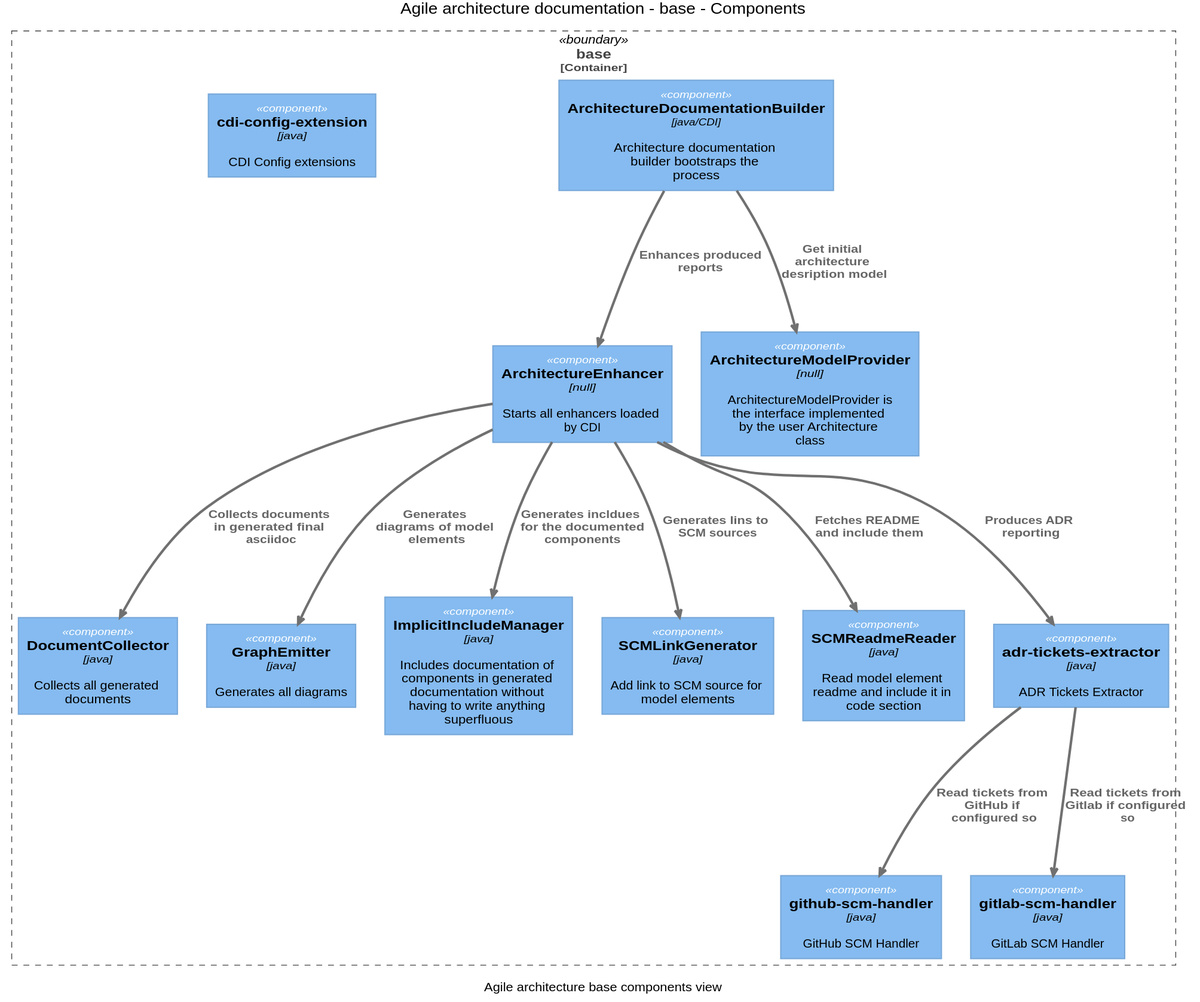
mmacphail/agile-architecture-documentation-system keeps this PlantUML diagram as images/agile.architecture.base.components.svg. Above is the earlier version.
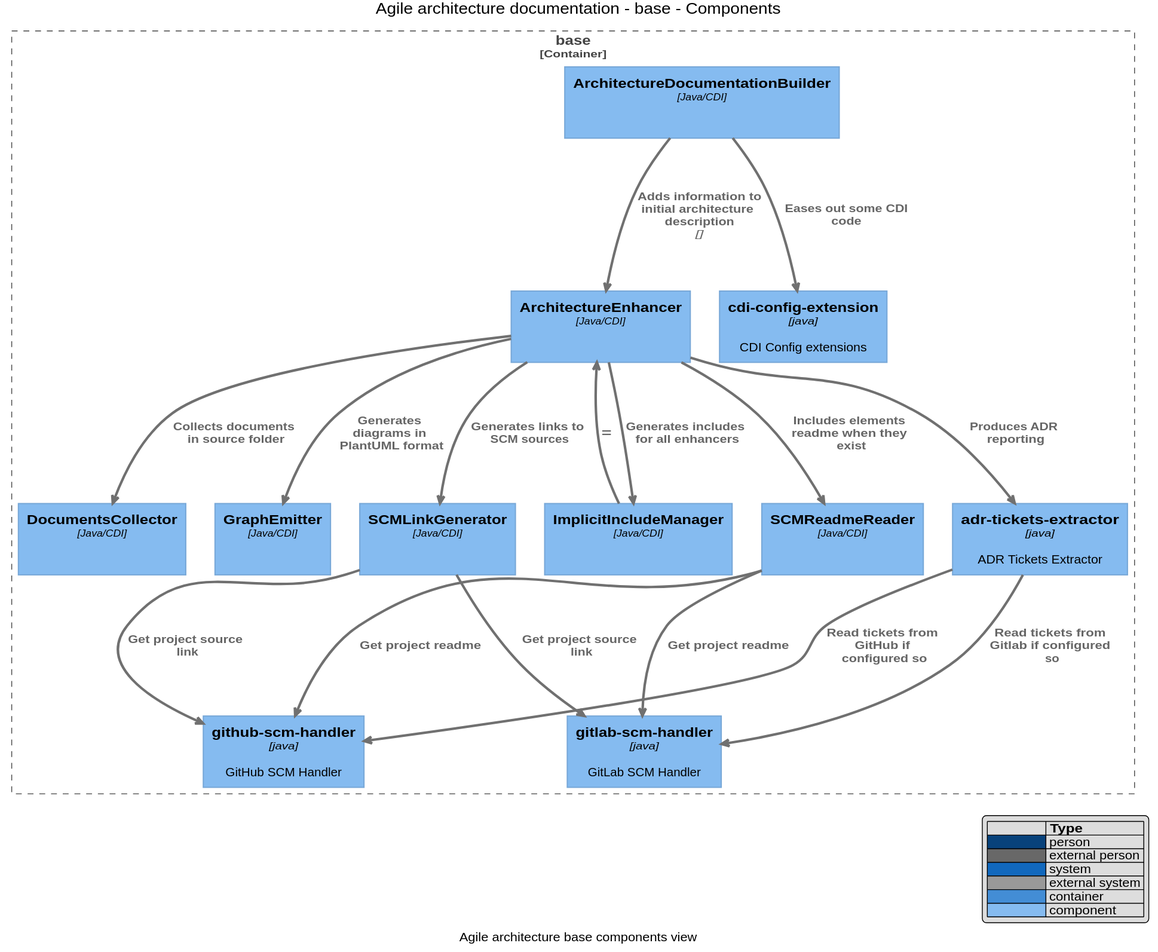
After the change.

Diff of the diagram source:
```diff
@@ -443,6 +443,461 @@
 
 
 
+
+
+
+
+
+skinparam defaultTextAlignment center
+
+skinparam wrapWidth 200
+skinparam maxMessageSize 150
+
+skinparam rectangle {
+    StereotypeFontSize 12
+    shadowing false
+}
+
+skinparam database {
+    StereotypeFontSize 12
+    shadowing false
+}
+
+skinparam Arrow {
+    Color #666666
+    FontColor #666666
+    FontSize 12
+}
+
+skinparam rectangle<<boundary>> {
+    Shadowing false
+    StereotypeFontSize 0
+    FontColor #444444
+    BorderColor #444444
+    BorderStyle dashed
+}
+
+
+
+
+
+
+
+
+
+
+
+
+
+
+
+
+
+
+
+
+
+
+skinparam defaultTextAlignment center
+
+skinparam wrapWidth 200
+skinparam maxMessageSize 150
+
+skinparam rectangle {
+    StereotypeFontSize 12
+    shadowing false
+}
+
+skinparam database {
+    StereotypeFontSize 12
+    shadowing false
+}
+
+skinparam Arrow {
+    Color #666666
+    FontColor #666666
+    FontSize 12
+}
+
+skinparam rectangle<<boundary>> {
+    Shadowing false
+    StereotypeFontSize 0
+    FontColor #444444
+    BorderColor #444444
+    BorderStyle dashed
+}
+
+
+
+
+
+
+
+
+
+
+
+
+
+
+
+
+
+
+
+
+
+
+skinparam rectangle<<person>> {
+    StereotypeFontColor #FFFFFF
+    FontColor #FFFFFF
+    BackgroundColor #08427B
+    BorderColor #073B6F
+}
+
+skinparam rectangle<<external_person>> {
+    StereotypeFontColor #FFFFFF
+    FontColor #FFFFFF
+    BackgroundColor #686868
+    BorderColor #8A8A8A
+}
+
+skinparam rectangle<<system>> {
+    StereotypeFontColor #FFFFFF
+    FontColor #FFFFFF
+    BackgroundColor #1168BD
+    BorderColor #3C7FC0
+}
+
+skinparam rectangle<<external_system>> {
+    StereotypeFontColor #FFFFFF
+    FontColor #FFFFFF
+    BackgroundColor #999999
+    BorderColor #8A8A8A
+}
+
+skinparam database<<system>> {
+    StereotypeFontColor #FFFFFF
+    FontColor #FFFFFF
+    BackgroundColor #1168BD
+    BorderColor #3C7FC0
+}
+
+skinparam database<<external_system>> {
+    StereotypeFontColor #FFFFFF
+    FontColor #FFFFFF
+    BackgroundColor #999999
+    BorderColor #8A8A8A
+}
+
+
+
+
+
+
+
+
+
+
+
+
+
+
+
+
+skinparam defaultTextAlignment center
+
+skinparam wrapWidth 200
+skinparam maxMessageSize 150
+
+skinparam rectangle {
+    StereotypeFontSize 12
+    shadowing false
+}
+
+skinparam database {
+    StereotypeFontSize 12
+    shadowing false
+}
+
+skinparam Arrow {
+    Color #666666
+    FontColor #666666
+    FontSize 12
+}
+
+skinparam rectangle<<boundary>> {
+    Shadowing false
+    StereotypeFontSize 0
+    FontColor #444444
+    BorderColor #444444
+    BorderStyle dashed
+}
+
+
+
+
+
+
+
+
+
+
+
+
+
+
+
+
+
+
+
+
+
+
+skinparam rectangle<<person>> {
+    StereotypeFontColor #FFFFFF
+    FontColor #FFFFFF
+    BackgroundColor #08427B
+    BorderColor #073B6F
+}
+
+skinparam rectangle<<external_person>> {
+    StereotypeFontColor #FFFFFF
+    FontColor #FFFFFF
+    BackgroundColor #686868
+    BorderColor #8A8A8A
+}
+
+skinparam rectangle<<system>> {
+    StereotypeFontColor #FFFFFF
+    FontColor #FFFFFF
+    BackgroundColor #1168BD
+    BorderColor #3C7FC0
+}
+
+skinparam rectangle<<external_system>> {
+    StereotypeFontColor #FFFFFF
+    FontColor #FFFFFF
+    BackgroundColor #999999
+    BorderColor #8A8A8A
+}
+
+skinparam database<<system>> {
+    StereotypeFontColor #FFFFFF
+    FontColor #FFFFFF
+    BackgroundColor #1168BD
+    BorderColor #3C7FC0
+}
+
+skinparam database<<external_system>> {
+    StereotypeFontColor #FFFFFF
+    FontColor #FFFFFF
+    BackgroundColor #999999
+    BorderColor #8A8A8A
+}
+
+
+
+
+
+
+
+
+
+
+
+
+
+
+
+
+skinparam rectangle<<container>> {
+    StereotypeFontColor #FFFFFF
+    FontColor #FFFFFF
+    BackgroundColor #438DD5
+    BorderColor #3C7FC0
+}
+
+skinparam database<<container>> {
+    StereotypeFontColor #FFFFFF
+    FontColor #FFFFFF
+    BackgroundColor #438DD5
+    BorderColor #3C7FC0
+}
+
+
+
+
+
+
+
+
+
+
+
+
+skinparam defaultTextAlignment center
+
+skinparam wrapWidth 200
+skinparam maxMessageSize 150
+
+skinparam rectangle {
+    StereotypeFontSize 12
+    shadowing false
+}
+
+skinparam database {
+    StereotypeFontSize 12
+    shadowing false
+}
+
+skinparam Arrow {
+    Color #666666
+    FontColor #666666
+    FontSize 12
+}
+
+skinparam rectangle<<boundary>> {
+    Shadowing false
+    StereotypeFontSize 0
+    FontColor #444444
+    BorderColor #444444
+    BorderStyle dashed
+}
+
+
+
+
+
+
+
+
+
+
+
+
+
+
+
+
+
+
+
+
+
+
+skinparam rectangle<<person>> {
+    StereotypeFontColor #FFFFFF
+    FontColor #FFFFFF
+    BackgroundColor #08427B
+    BorderColor #073B6F
+}
+
+skinparam rectangle<<external_person>> {
+    StereotypeFontColor #FFFFFF
+    FontColor #FFFFFF
+    BackgroundColor #686868
+    BorderColor #8A8A8A
+}
+
+skinparam rectangle<<system>> {
+    StereotypeFontColor #FFFFFF
+    FontColor #FFFFFF
+    BackgroundColor #1168BD
+    BorderColor #3C7FC0
+}
+
+skinparam rectangle<<external_system>> {
+    StereotypeFontColor #FFFFFF
+    FontColor #FFFFFF
+    BackgroundColor #999999
+    BorderColor #8A8A8A
+}
+
+skinparam database<<system>> {
+    StereotypeFontColor #FFFFFF
+    FontColor #FFFFFF
+    BackgroundColor #1168BD
+    BorderColor #3C7FC0
+}
+
+skinparam database<<external_system>> {
+    StereotypeFontColor #FFFFFF
+    FontColor #FFFFFF
+    BackgroundColor #999999
+    BorderColor #8A8A8A
+}
+
+
+
+
+
+
+
+
+
+
+
+
+
+
+
+
+skinparam rectangle<<container>> {
+    StereotypeFontColor #FFFFFF
+    FontColor #FFFFFF
+    BackgroundColor #438DD5
+    BorderColor #3C7FC0
+}
+
+skinparam database<<container>> {
+    StereotypeFontColor #FFFFFF
+    FontColor #FFFFFF
+    BackgroundColor #438DD5
+    BorderColor #3C7FC0
+}
+
+
+
+
+
+
+
+
+
+
+
+
+skinparam rectangle<<component>> {
+    StereotypeFontColor #FFFFFF
+    FontColor #000000
+    BackgroundColor #85BBF0
+    BorderColor #78A8D8
+}
+
+skinparam database<<component>> {
+    StereotypeFontColor #FFFFFF
+    FontColor #000000
+    BackgroundColor #85BBF0
+    BorderColor #78A8D8
+}
+
+
+
+
+
+hide stereotype
+legend right
+|=              |= Type |
+|<#08427B>      | person |
+|<#686868>      | external person |
+|<#1168BD>   | system |
+|<#999999>      | external system |
+|<#438DD5>   | container |
+|<#85BBF0>   | component |
+endlegend
+
 scale max 2000x2000
 title Agile architecture documentation - base - Components
 caption Agile architecture base components view
@@ -460,27 +915,31 @@
   svgLinkTarget _parent
 }
 rectangle "==base\n<size:12>[Container]</size>" <<boundary>> as 10_boundary {
-  rectangle "==ArchitectureDocumentationBuilder\n//<size:12>[java/CDI]</size>//\n\n Architecture documentation builder bootstraps the process" <<component>> as 11
-  rectangle "==ArchitectureEnhancer\n//<size:12>[null]</size>//\n\n Starts all enhancers loaded by CDI" <<component>> as 13
-  rectangle "==ArchitectureModelProvider\n//<size:12>[null]</size>//\n\n ArchitectureModelProvider is the interface implemented by the user Architecture class" <<component>> as 12
-  rectangle "==DocumentCollector\n//<size:12>[java]</size>//\n\n Collects all generated documents" <<component>> as 20
-  rectangle "==GraphEmitter\n//<size:12>[java]</size>//\n\n Generates all diagrams" <<component>> as 22
-  rectangle "==ImplicitIncludeManager\n//<size:12>[java]</size>//\n\n Includes documentation of components in generated documentation without having to write anything superfluous" <<component>> as 14
-  rectangle "==SCMLinkGenerator\n//<size:12>[java]</size>//\n\n Add link to SCM source for model elements" <<component>> as 18
-  rectangle "==SCMReadmeReader\n//<size:12>[java]</size>//\n\n Read model element readme and include it in code section" <<component>> as 16
-  rectangle "==adr-tickets-extractor\n//<size:12>[java]</size>//\n\n ADR Tickets Extractor" <<component>> as 29
-  rectangle "==cdi-config-extension\n//<size:12>[java]</size>//\n\n CDI Config extensions" <<component>> as 33
-  rectangle "==github-scm-handler\n//<size:12>[java]</size>//\n\n GitHub SCM Handler" <<component>> as 27
-  rectangle "==gitlab-scm-handler\n//<size:12>[java]</size>//\n\n GitLab SCM Handler" <<component>> as 28
+  rectangle "==ArchitectureDocumentationBuilder\n//<size:12>[Java/CDI]</size>//\n\n " <<component>> as 15
+  rectangle "==ArchitectureEnhancer\n//<size:12>[Java/CDI]</size>//\n\n " <<component>> as 11
+  rectangle "==DocumentsCollector\n//<size:12>[Java/CDI]</size>//\n\n " <<component>> as 12
+  rectangle "==GraphEmitter\n//<size:12>[Java/CDI]</size>//\n\n " <<component>> as 13
+  rectangle "==ImplicitIncludeManager\n//<size:12>[Java/CDI]</size>//\n\n " <<component>> as 16
+  rectangle "==SCMLinkGenerator\n//<size:12>[Java/CDI]</size>//\n\n " <<component>> as 14
+  rectangle "==SCMReadmeReader\n//<size:12>[Java/CDI]</size>//\n\n " <<component>> as 17
+  rectangle "==adr-tickets-extractor\n//<size:12>[java]</size>//\n\n ADR Tickets Extractor" <<component>> as 32
+  rectangle "==cdi-config-extension\n//<size:12>[java]</size>//\n\n CDI Config extensions" <<component>> as 36
+  rectangle "==github-scm-handler\n//<size:12>[java]</size>//\n\n GitHub SCM Handler" <<component>> as 26
+  rectangle "==gitlab-scm-handler\n//<size:12>[java]</size>//\n\n GitLab SCM Handler" <<component>> as 29
 }
-11 -DOWN-> 13 : "===Enhances produced reports"
-11 -DOWN-> 12 : "===Get initial architecture desription model"
-13 -DOWN-> 20 : "===Collects documents in generated final asciidoc"
-13 -DOWN-> 22 : "===Generates diagrams of model elements"
-13 -DOWN-> 14 : "===Generates incldues for the documented components"
-13 -DOWN-> 18 : "===Generates lins to SCM sources"
-13 -DOWN-> 16 : "===Fetches README and include them"
-13 -DOWN-> 29 : "===Produces ADR reporting"
-29 -DOWN-> 27 : "===Read tickets from GitHub if configured so"
-29 -DOWN-> 28 : "===Read tickets from Gitlab if configured so"
+15 -DOWN-> 11 : "===Adds information to initial architecture description\n//<size:12>[]</size>//"
+15 -DOWN-> 36 : "===Eases out some CDI code"
+11 -DOWN-> 12 : "===Collects documents in source folder"
+11 -DOWN-> 13 : "===Generates diagrams in PlantUML format"
+11 -DOWN-> 16 : "===Generates includes for all enhancers"
+11 -DOWN-> 14 : "===Generates links to SCM sources"
+11 -DOWN-> 17 : "===Includes elements readme when they exist"
+11 -DOWN-> 32 : "===Produces ADR reporting"
+16 -DOWN-> 11 : "==="
+14 -DOWN-> 26 : "===Get project source link"
+14 -DOWN-> 29 : "===Get project source link"
+17 -DOWN-> 26 : "===Get project readme"
+17 -DOWN-> 29 : "===Get project readme"
+32 -DOWN-> 26 : "===Read tickets from GitHub if configured so"
+32 -DOWN-> 29 : "===Read tickets from Gitlab if configured so"
 @enduml
```
